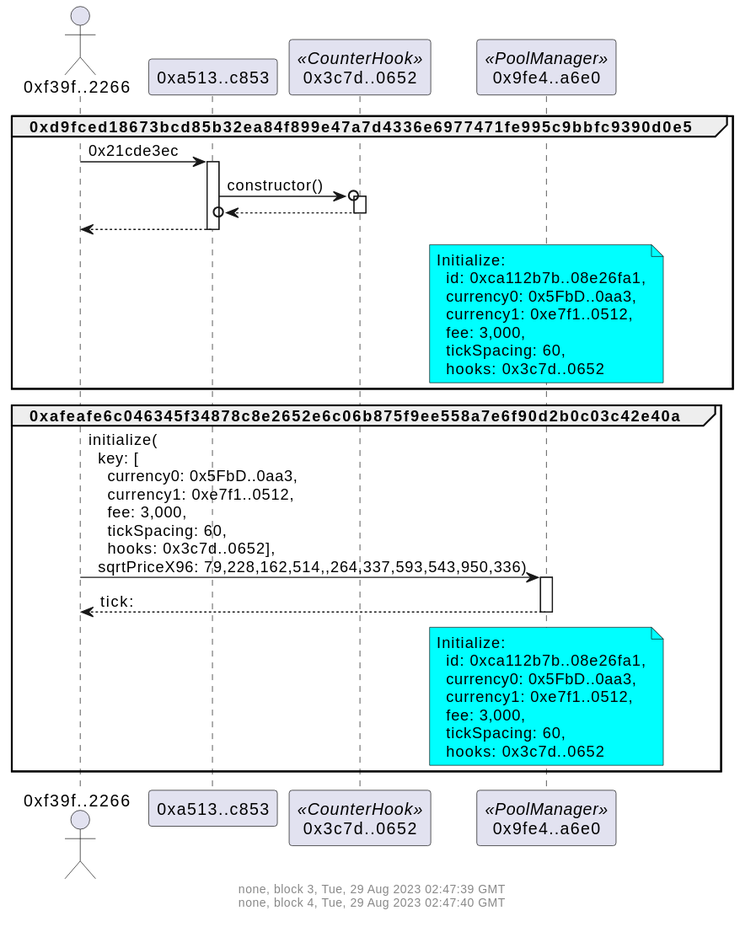
Earlier version of the PlantUML export docs/counterSetup.svg (naddison36/uniswap-v4-hooks).
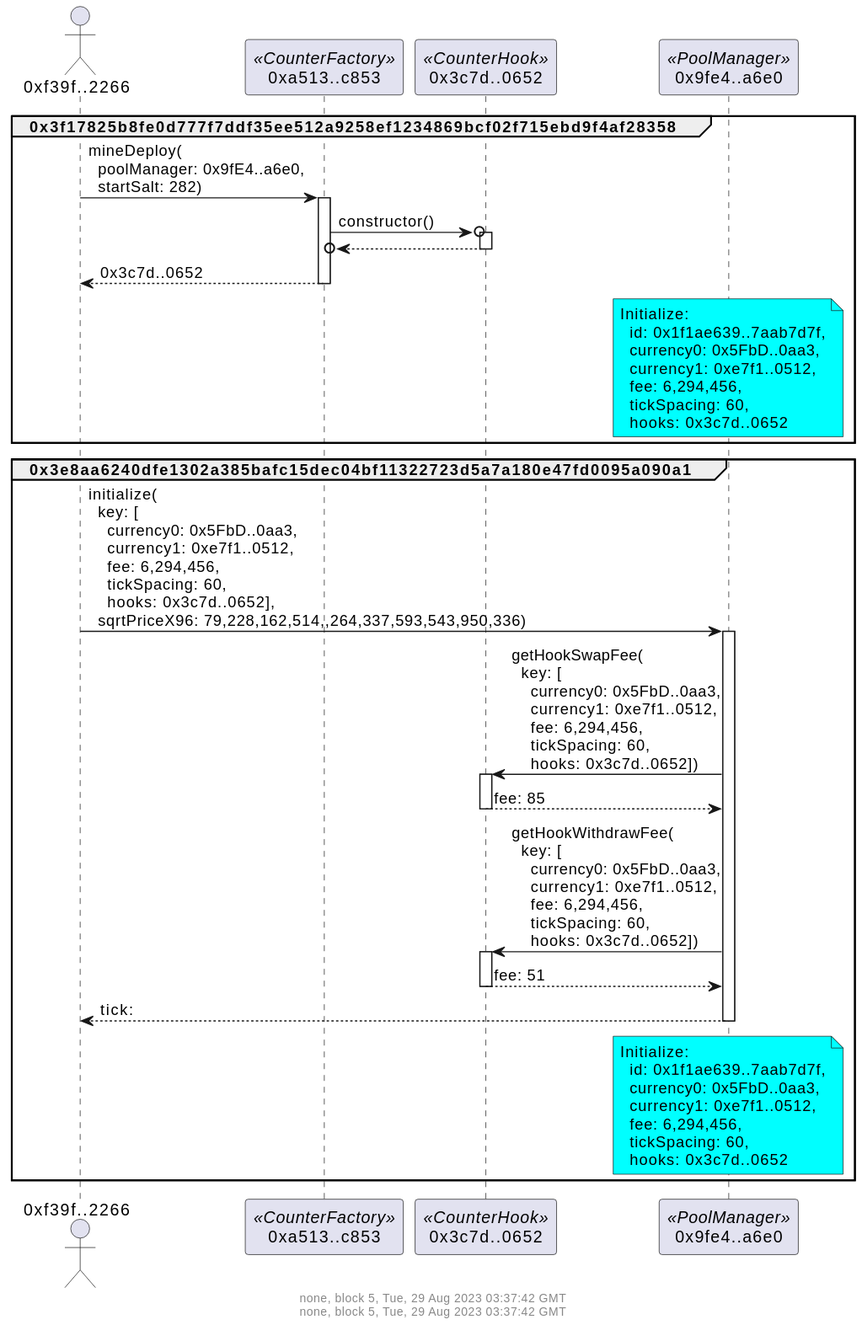
The same diagram one commit later.

Commit message:
Counter Script now has a swap and withdraw fee to the hook

What changed in the source:
```diff
@@ -1,44 +1,50 @@
 @startuml
 footer
-none, block 3, Tue, 29 Aug 2023 02:47:39 GMT
-none, block 4, Tue, 29 Aug 2023 02:47:40 GMT
+none, block 5, Tue, 29 Aug 2023 03:37:42 GMT
+none, block 5, Tue, 29 Aug 2023 03:37:42 GMT
 
 endfooter
 actor "0xf39f..2266" as f39f2266
-participant "0xa513..c853" as a513c853
+participant "0xa513..c853" as a513c853 <<CounterFactory>>
 participant "0x3c7d..0652" as 3c7d0652 <<CounterHook>>
 participant "0x9fe4..a6e0" as 9fe4a6e0 <<PoolManager>>
 
-group 0xd9fced18673bcd85b32ea84f899e47a7d4336e6977471fe995c9bbfc9390d0e5
-f39f2266 -> a513c853: 0x21cde3ec
+group 0x3f17825b8fe0d777f7ddf35ee512a9258ef1234869bcf02f715ebd9f4af28358
+f39f2266 -> a513c853: mineDeploy(\n  poolManager: 0x9fE4..a6e0,\n  startSalt: 282)
 activate a513c853
 a513c853 ->o 3c7d0652: constructor()
 activate 3c7d0652
 return
-return
+return 0x3c7d..0652
 
 note over 9fe4a6e0 #aqua
 Initialize:
-  id: 0xca112b7b..08e26fa1,
+  id: 0x1f1ae639..7aab7d7f,
   currency0: 0x5FbD..0aa3,
   currency1: 0xe7f1..0512,
-  fee: 3,000,
+  fee: 6,294,456,
   tickSpacing: 60,
   hooks: 0x3c7d..0652
 end note
 
 end
-group 0xafeafe6c046345f34878c8e2652e6c06b875f9ee558a7e6f90d2b0c03c42e40a
-f39f2266 -> 9fe4a6e0: initialize(\n  key: [\n    currency0: 0x5FbD..0aa3,\n    currency1: 0xe7f1..0512,\n    fee: 3,000,\n    tickSpacing: 60,\n    hooks: 0x3c7d..0652],\n  sqrtPriceX96: 79,228,162,514,,264,337,593,543,950,336)
+group 0x3e8aa6240dfe1302a385bafc15dec04bf11322723d5a7a180e47fd0095a090a1
+f39f2266 -> 9fe4a6e0: initialize(\n  key: [\n    currency0: 0x5FbD..0aa3,\n    currency1: 0xe7f1..0512,\n    fee: 6,294,456,\n    tickSpacing: 60,\n    hooks: 0x3c7d..0652],\n  sqrtPriceX96: 79,228,162,514,,264,337,593,543,950,336)
 activate 9fe4a6e0
+9fe4a6e0 -> 3c7d0652: getHookSwapFee(\n  key: [\n    currency0: 0x5FbD..0aa3,\n    currency1: 0xe7f1..0512,\n    fee: 6,294,456,\n    tickSpacing: 60,\n    hooks: 0x3c7d..0652])
+activate 3c7d0652
+return fee: 85
+9fe4a6e0 -> 3c7d0652: getHookWithdrawFee(\n  key: [\n    currency0: 0x5FbD..0aa3,\n    currency1: 0xe7f1..0512,\n    fee: 6,294,456,\n    tickSpacing: 60,\n    hooks: 0x3c7d..0652])
+activate 3c7d0652
+return fee: 51
 return tick:
 
 note over 9fe4a6e0 #aqua
 Initialize:
-  id: 0xca112b7b..08e26fa1,
+  id: 0x1f1ae639..7aab7d7f,
   currency0: 0x5FbD..0aa3,
   currency1: 0xe7f1..0512,
-  fee: 3,000,
+  fee: 6,294,456,
   tickSpacing: 60,
   hooks: 0x3c7d..0652
 end note
```
